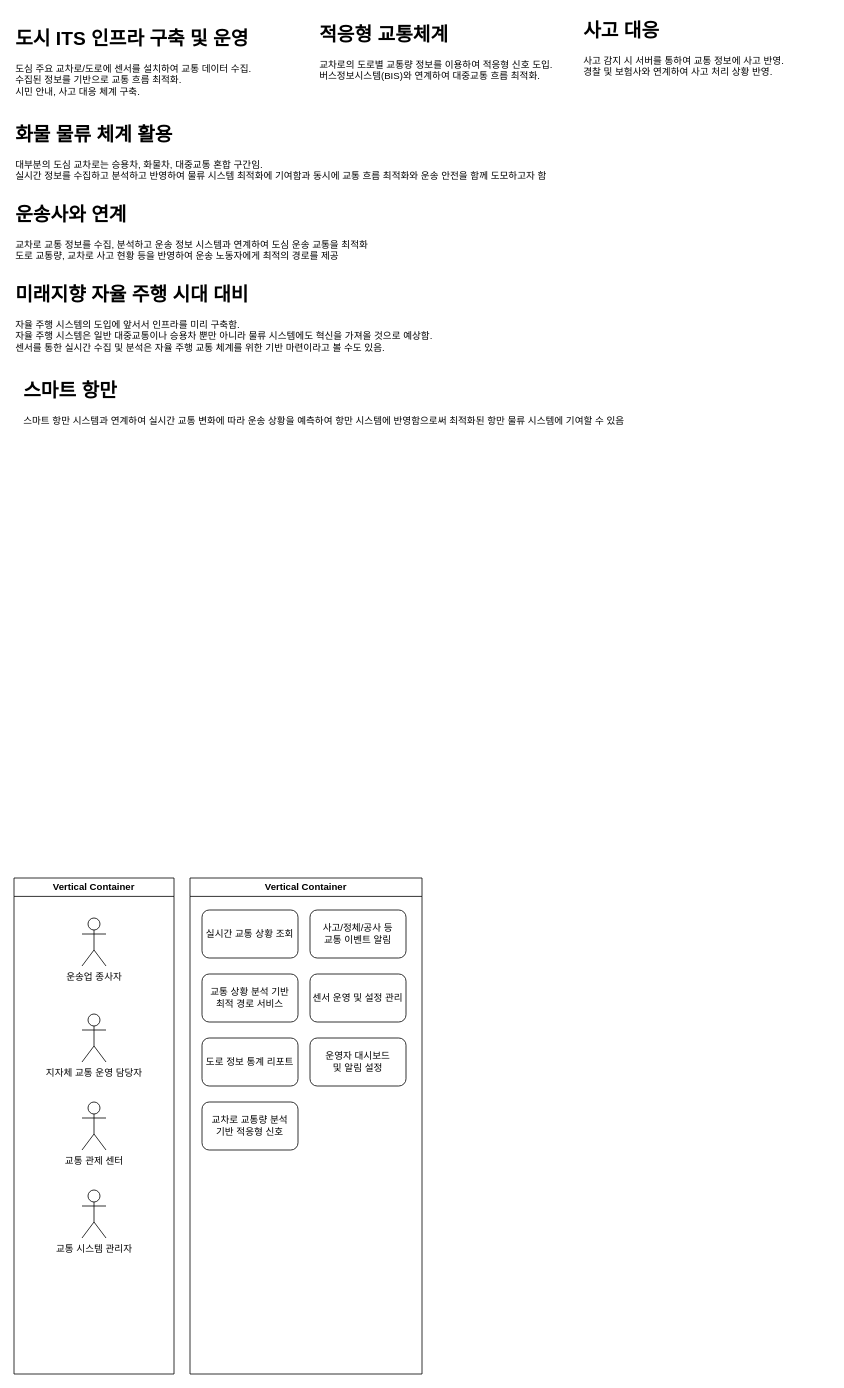
The draw.io diagram 16. 미니프로젝트 4차/도시 ITS 인프라 구축 시스템.drawio in HSCLover/AIVLE, before the edit. Source tidied: cells renumbered, new cells numbered last; positions are measured from the earlier drawing's top-left corner, leaving out a move shared by most shapes. Both pictures are drawn from the tidied source at 80%, with x=0, y=0 at pixel (14, 14).
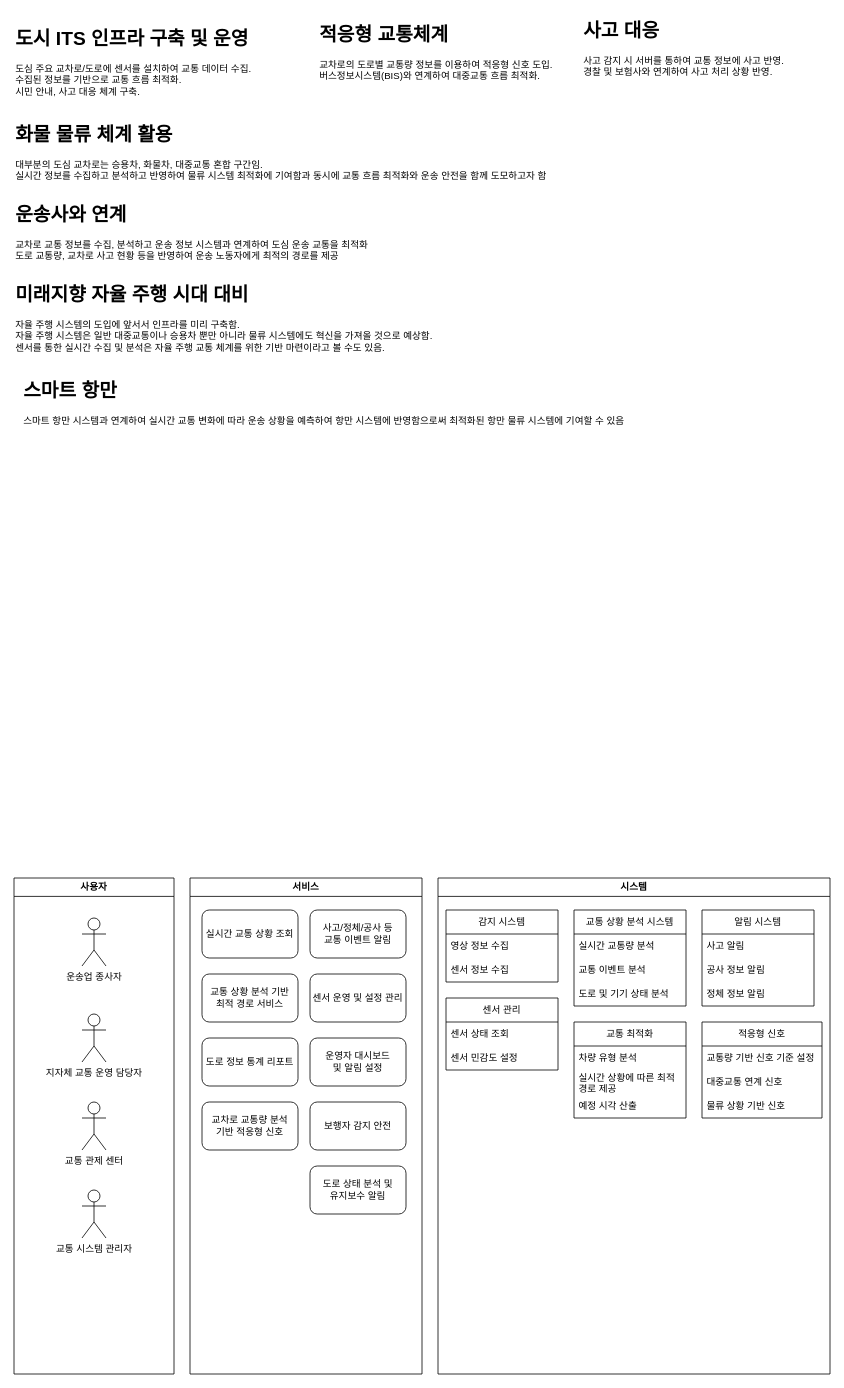
The same diagram, later.

Commit message:
도시 ITS 인프라 구축 시스템.drawio 업데이트

The edit, as a diff of the source:
```diff
@@
-    <mxCell id="9" value="Vertical Container" style="swimlane;whiteSpace=wrap;html=1;" parent="1" vertex="1">
+    <mxCell id="9" value="사용자" style="swimlane;whiteSpace=wrap;html=1;" parent="1" vertex="1">
       <mxGeometry y="1080" width="200" height="620" as="geometry" />
     </mxCell>
@@
-    <mxCell id="14" value="Vertical Container" style="swimlane;whiteSpace=wrap;html=1;" parent="1" vertex="1">
+    <mxCell id="14" value="서비스" style="swimlane;whiteSpace=wrap;html=1;" parent="1" vertex="1">
       <mxGeometry x="220" y="1080" width="290" height="620" as="geometry" />
     </mxCell>
@@
+    <mxCell id="22" value="도로 상태 분석 및&lt;div&gt;유지보수 알림&lt;/div&gt;" style="rounded=1;whiteSpace=wrap;html=1;" parent="14" vertex="1">
+      <mxGeometry x="150" y="360" width="120" height="60" as="geometry" />
+    </mxCell>
+    <mxCell id="23" value="보행자 감지 안전" style="rounded=1;whiteSpace=wrap;html=1;" parent="14" vertex="1">
+      <mxGeometry x="150" y="280" width="120" height="60" as="geometry" />
+    </mxCell>
+    <mxCell id="24" value="시스템" style="swimlane;whiteSpace=wrap;html=1;" parent="1" vertex="1">
+      <mxGeometry x="530" y="1080" width="490" height="620" as="geometry" />
+    </mxCell>
+    <mxCell id="25" value="감지 시스템" style="swimlane;fontStyle=0;horizontal=1;startSize=30;whiteSpace=wrap;html=1;" parent="24" vertex="1">
+      <mxGeometry x="10" y="40" width="140" height="90" as="geometry" />
+    </mxCell>
+    <mxCell id="26" value="영상 정보 수집" style="text;strokeColor=none;fillColor=none;align=left;verticalAlign=middle;spacingLeft=4;spacingRight=4;overflow=hidden;whiteSpace=wrap;html=1;" parent="25" vertex="1">
+      <mxGeometry y="30" width="140" height="30" as="geometry" />
+    </mxCell>
+    <mxCell id="27" value="센서 정보 수집" style="text;strokeColor=none;fillColor=none;align=left;verticalAlign=middle;spacingLeft=4;spacingRight=4;overflow=hidden;whiteSpace=wrap;html=1;" parent="25" vertex="1">
+      <mxGeometry y="60" width="140" height="30" as="geometry" />
+    </mxCell>
+    <mxCell id="28" value="교통 상황 분석 시스템" style="swimlane;fontStyle=0;horizontal=1;startSize=30;whiteSpace=wrap;html=1;" parent="24" vertex="1">
+      <mxGeometry x="170" y="40" width="140" height="120" as="geometry" />
+    </mxCell>
+    <mxCell id="29" value="실시간 교통량 분석" style="text;strokeColor=none;fillColor=none;align=left;verticalAlign=middle;spacingLeft=4;spacingRight=4;overflow=hidden;whiteSpace=wrap;html=1;" parent="28" vertex="1">
+      <mxGeometry y="30" width="140" height="30" as="geometry" />
+    </mxCell>
+    <mxCell id="30" value="교통 이벤트 분석" style="text;strokeColor=none;fillColor=none;align=left;verticalAlign=middle;spacingLeft=4;spacingRight=4;overflow=hidden;whiteSpace=wrap;html=1;" parent="28" vertex="1">
+      <mxGeometry y="60" width="140" height="30" as="geometry" />
+    </mxCell>
+    <mxCell id="31" value="도로 및 기기 상태 분석" style="text;strokeColor=none;fillColor=none;align=left;verticalAlign=middle;spacingLeft=4;spacingRight=4;overflow=hidden;whiteSpace=wrap;html=1;" parent="28" vertex="1">
+      <mxGeometry y="90" width="140" height="30" as="geometry" />
+    </mxCell>
+    <mxCell id="32" value="알림 시스템" style="swimlane;fontStyle=0;horizontal=1;startSize=30;whiteSpace=wrap;html=1;" parent="24" vertex="1">
+      <mxGeometry x="330" y="40" width="140" height="120" as="geometry" />
+    </mxCell>
+    <mxCell id="33" value="사고 알림" style="text;strokeColor=none;fillColor=none;align=left;verticalAlign=middle;spacingLeft=4;spacingRight=4;overflow=hidden;whiteSpace=wrap;html=1;" parent="32" vertex="1">
+      <mxGeometry y="30" width="140" height="30" as="geometry" />
+    </mxCell>
+    <mxCell id="34" value="공사 정보 알림" style="text;strokeColor=none;fillColor=none;align=left;verticalAlign=middle;spacingLeft=4;spacingRight=4;overflow=hidden;whiteSpace=wrap;html=1;" parent="32" vertex="1">
+      <mxGeometry y="60" width="140" height="30" as="geometry" />
+    </mxCell>
+    <mxCell id="35" value="정체 정보 알림" style="text;strokeColor=none;fillColor=none;align=left;verticalAlign=middle;spacingLeft=4;spacingRight=4;overflow=hidden;whiteSpace=wrap;html=1;" parent="32" vertex="1">
+      <mxGeometry y="90" width="140" height="30" as="geometry" />
+    </mxCell>
+    <mxCell id="36" value="교통 최적화" style="swimlane;fontStyle=0;horizontal=1;startSize=30;whiteSpace=wrap;html=1;" parent="24" vertex="1">
+      <mxGeometry x="170" y="180" width="140" height="120" as="geometry" />
+    </mxCell>
+    <mxCell id="37" value="차량 유형 분석" style="text;strokeColor=none;fillColor=none;align=left;verticalAlign=middle;spacingLeft=4;spacingRight=4;overflow=hidden;whiteSpace=wrap;html=1;" parent="36" vertex="1">
+      <mxGeometry y="30" width="140" height="30" as="geometry" />
+    </mxCell>
+    <mxCell id="38" value="실시간 상황에 따른 최적 경로 제공" style="text;strokeColor=none;fillColor=none;align=left;verticalAlign=middle;spacingLeft=4;spacingRight=4;overflow=hidden;whiteSpace=wrap;html=1;" parent="36" vertex="1">
+      <mxGeometry y="60" width="140" height="30" as="geometry" />
+    </mxCell>
+    <mxCell id="39" value="예정 시각 산출" style="text;strokeColor=none;fillColor=none;align=left;verticalAlign=middle;spacingLeft=4;spacingRight=4;overflow=hidden;whiteSpace=wrap;html=1;" parent="36" vertex="1">
+      <mxGeometry y="90" width="140" height="30" as="geometry" />
+    </mxCell>
+    <mxCell id="40" value="센서 관리" style="swimlane;fontStyle=0;horizontal=1;startSize=30;whiteSpace=wrap;html=1;" parent="24" vertex="1">
+      <mxGeometry x="10" y="150" width="140" height="90" as="geometry" />
+    </mxCell>
+    <mxCell id="41" value="센서 상태 조회" style="text;strokeColor=none;fillColor=none;align=left;verticalAlign=middle;spacingLeft=4;spacingRight=4;overflow=hidden;whiteSpace=wrap;html=1;" parent="40" vertex="1">
+      <mxGeometry y="30" width="140" height="30" as="geometry" />
+    </mxCell>
+    <mxCell id="42" value="센서 민감도 설정" style="text;strokeColor=none;fillColor=none;align=left;verticalAlign=middle;spacingLeft=4;spacingRight=4;overflow=hidden;whiteSpace=wrap;html=1;" parent="40" vertex="1">
+      <mxGeometry y="60" width="140" height="30" as="geometry" />
+    </mxCell>
+    <mxCell id="43" value="적응형 신호" style="swimlane;fontStyle=0;horizontal=1;startSize=30;whiteSpace=wrap;html=1;" parent="24" vertex="1">
+      <mxGeometry x="330" y="180" width="150" height="120" as="geometry" />
+    </mxCell>
+    <mxCell id="44" value="교통량 기반 신호 기준 설정" style="text;strokeColor=none;fillColor=none;align=left;verticalAlign=middle;spacingLeft=4;spacingRight=4;overflow=hidden;whiteSpace=wrap;html=1;" parent="43" vertex="1">
+      <mxGeometry y="30" width="150" height="30" as="geometry" />
+    </mxCell>
+    <mxCell id="45" value="대중교통 연계 신호" style="text;strokeColor=none;fillColor=none;align=left;verticalAlign=middle;spacingLeft=4;spacingRight=4;overflow=hidden;whiteSpace=wrap;html=1;" parent="43" vertex="1">
+      <mxGeometry y="60" width="150" height="30" as="geometry" />
+    </mxCell>
+    <mxCell id="46" value="물류 상황 기반 신호" style="text;strokeColor=none;fillColor=none;align=left;verticalAlign=middle;spacingLeft=4;spacingRight=4;overflow=hidden;whiteSpace=wrap;html=1;" parent="43" vertex="1">
+      <mxGeometry y="90" width="150" height="30" as="geometry" />
+    </mxCell>
```
